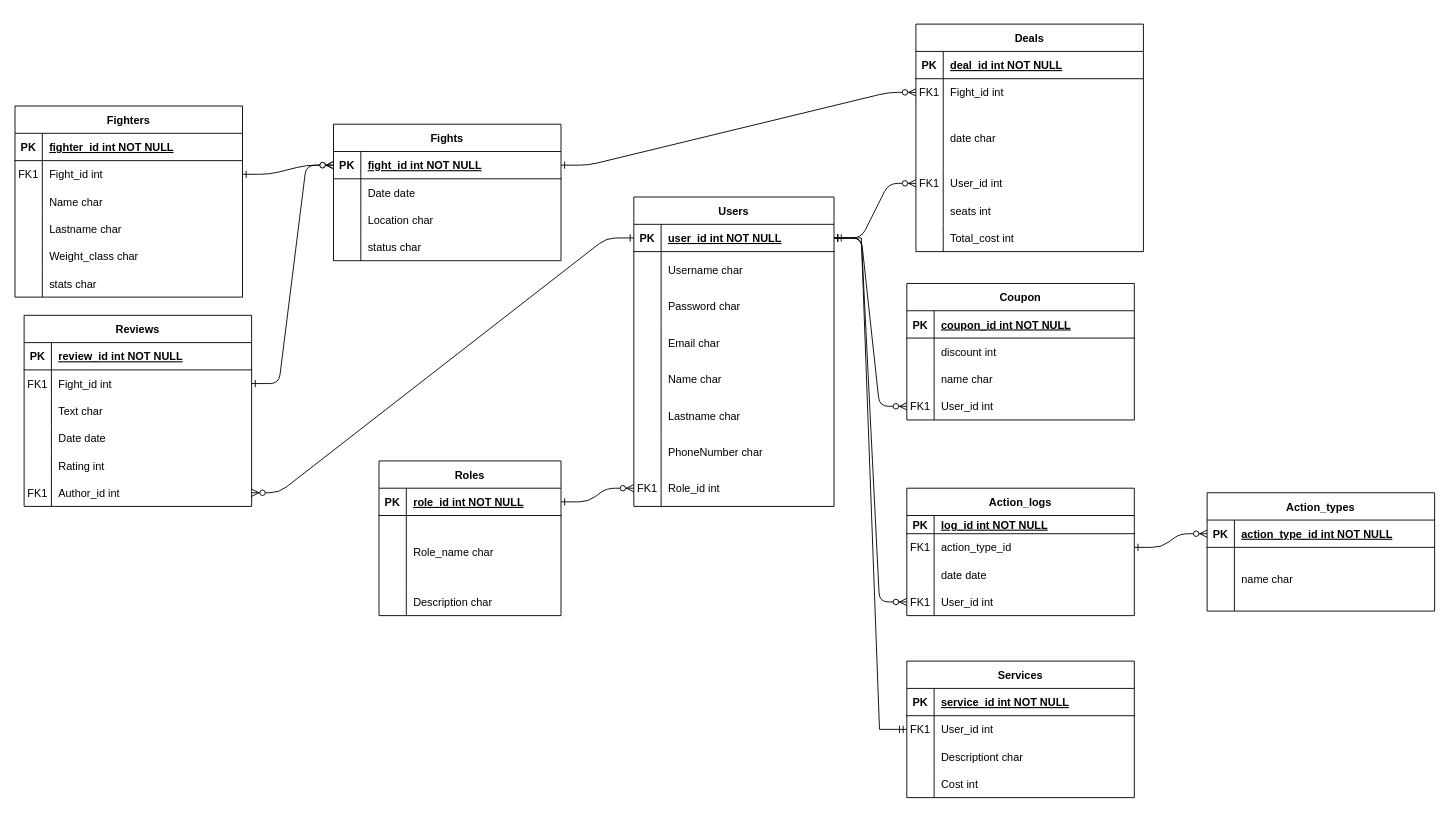
Earlier version of the draw.io diagram Lab1.drawio (denbelyan/MDISUBD_Fight_club). Source tidied: cells renumbered, new cells numbered last; positions are measured from the earlier drawing's top-left corner, leaving out a move shared by most shapes. Both pictures are drawn from the tidied source at 91%, with x=0, y=0 at pixel (15, 24).
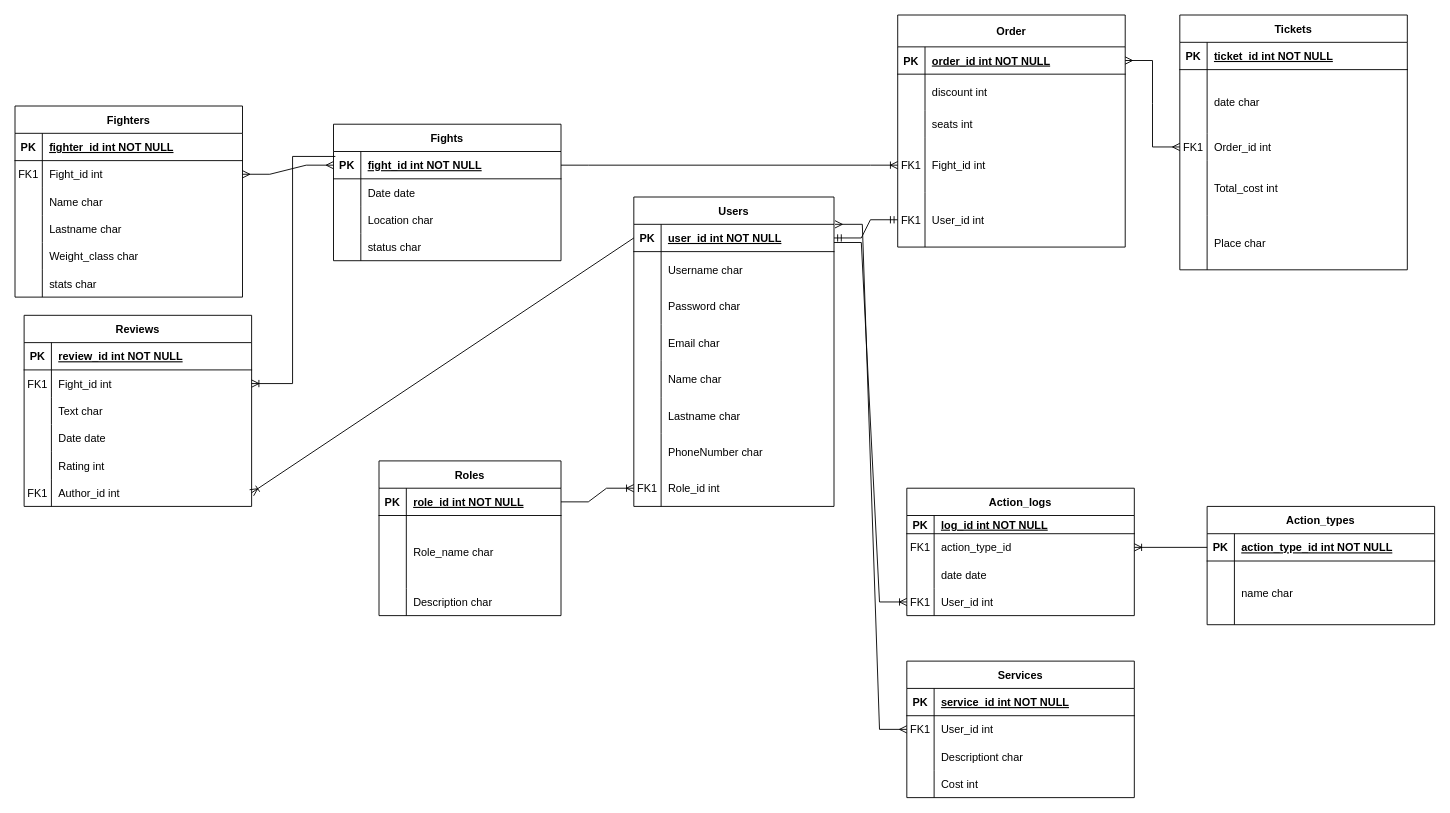
The same page after the edit.

Unchanged cells that the change refers to:
```xml
<mxCell id="5" style="shape=partialRectangle;fillColor=none;top=0;left=0;right=0;bottom=1;" parent="4" vertex="1">
  <mxGeometry y="30" width="250" height="30" as="geometry" />
</mxCell>
<mxCell id="24" style="shape=partialRectangle;fillColor=none;points=[[0,0.5],[1,0.5]];portConstraint=eastwest;top=0;left=0;right=0;bottom=1;" parent="23" vertex="1">
  <mxGeometry y="30" width="250" height="30" as="geometry" />
</mxCell>
<mxCell id="31" style="shape=partialRectangle;fillColor=none;points=[[0,0.5],[1,0.5]];portConstraint=eastwest;top=0;left=0;right=0;bottom=1;" parent="30" vertex="1">
  <mxGeometry y="30" width="220" height="30" as="geometry" />
</mxCell>
<mxCell id="52" style="shape=partialRectangle;fillColor=none;points=[[0,0.5],[1,0.5]];portConstraint=eastwest;top=0;left=0;right=0;bottom=0;" parent="30" vertex="1">
  <mxGeometry y="300" width="220" height="40" as="geometry" />
</mxCell>
<mxCell id="56" style="shape=partialRectangle;fillColor=none;points=[[0,0.5],[1,0.5]];portConstraint=eastwest;top=0;left=0;right=0;bottom=1;" parent="55" vertex="1">
  <mxGeometry y="30" width="200" height="30" as="geometry" />
</mxCell>
<mxCell id="67" style="shape=partialRectangle;fillColor=none;points=[[0,0.5],[1,0.5]];portConstraint=eastwest;top=0;left=0;right=0;bottom=1;" parent="66" vertex="1">
  <mxGeometry y="30" width="250" height="30" as="geometry" />
</mxCell>
<mxCell id="83" style="shape=partialRectangle;fillColor=none;points=[[0,0.5],[1,0.5]];portConstraint=eastwest;top=0;left=0;right=0;bottom=0;" parent="79" vertex="1">
  <mxGeometry y="60" width="250" height="30" as="geometry" />
</mxCell>
<mxCell id="103" style="shape=partialRectangle;fillColor=none;points=[[0,0.5],[1,0.5]];portConstraint=eastwest;top=0;left=0;right=0;bottom=0;" parent="99" vertex="1">
  <mxGeometry y="60" width="250" height="30" as="geometry" />
</mxCell>
<mxCell id="115" style="shape=partialRectangle;fillColor=none;points=[[0,0.5],[1,0.5]];portConstraint=eastwest;top=0;left=0;right=0;bottom=0;" parent="99" vertex="1">
  <mxGeometry y="180" width="250" height="30" as="geometry" />
</mxCell>
<mxCell id="138" style="shape=partialRectangle;fillColor=none;points=[[0,0.5],[1,0.5]];portConstraint=eastwest;top=0;left=0;right=0;bottom=0;" parent="134" vertex="1">
  <mxGeometry y="50" width="250" height="30" as="geometry" />
</mxCell>
<mxCell id="144" style="shape=partialRectangle;fillColor=none;points=[[0,0.5],[1,0.5]];portConstraint=eastwest;top=0;left=0;right=0;bottom=0;" parent="134" vertex="1">
  <mxGeometry y="110" width="250" height="30" as="geometry" />
</mxCell>
<mxCell id="149" value="Services" style="shape=table;startSize=30;childLayout=tableLayout;rowLines=0;fontStyle=1;align=center;" parent="1" vertex="1">
  <mxGeometry x="980" y="700" width="250" height="150" as="geometry" />
</mxCell>
```

What changed in the source:
```diff
@@
-    <mxCell id="2" style="edgeStyle=entityRelationEdgeStyle;endArrow=ERzeroToMany;startArrow=ERone;endFill=1;startFill=0;entryX=0;entryY=0.5;entryDx=0;entryDy=0;" parent="1" edge="1" source="31" target="14">
-      <mxGeometry relative="1" as="geometry" />
-    </mxCell>
-    <mxCell id="3" style="edgeStyle=entityRelationEdgeStyle;endArrow=ERzeroToMany;startArrow=ERone;endFill=1;startFill=0;exitX=1;exitY=0.5;exitDx=0;exitDy=0;entryX=0;entryY=0.5;entryDx=0;entryDy=0;" parent="1" edge="1" source="138" target="24">
-      <mxGeometry relative="1" as="geometry">
-        <Array as="points">
-          <mxPoint x="1440" y="405" />
-          <mxPoint x="1440" y="505" />
-        </Array>
-      </mxGeometry>
-    </mxCell>
-    <mxCell id="4" value="Deals" style="shape=table;startSize=30;childLayout=tableLayout;rowLines=0;fontStyle=1;align=center;" parent="1" vertex="1">
-      <mxGeometry x="990" width="250" height="250" as="geometry" />
+    <mxCell id="4" value="Tickets" style="shape=table;startSize=30;childLayout=tableLayout;rowLines=0;fontStyle=1;align=center;" parent="1" vertex="1">
+      <mxGeometry x="1280" y="-10" width="250" height="280" as="geometry" />
     </mxCell>
@@
-    <mxCell id="7" value="deal_id int NOT NULL " style="shape=partialRectangle;overflow=hidden;fillColor=none;top=0;left=0;bottom=0;right=0;align=left;spacingLeft=6;fontStyle=5;" parent="5" vertex="1">
+    <mxCell id="7" value="ticket_id int NOT NULL " style="shape=partialRectangle;overflow=hidden;fillColor=none;top=0;left=0;bottom=0;right=0;align=left;spacingLeft=6;fontStyle=5;" parent="5" vertex="1">
       <mxGeometry x="30" width="220" height="30" as="geometry" />
     </mxCell>
-    <mxCell id="8" style="shape=partialRectangle;fillColor=none;points=[[0,0.5],[1,0.5]];portConstraint=eastwest;top=0;left=0;right=0;bottom=0;" parent="4" vertex="1">
-      <mxGeometry y="60" width="250" height="30" as="geometry" />
-    </mxCell>
-    <mxCell id="9" value="FK1" style="shape=partialRectangle;overflow=hidden;fillColor=none;top=0;left=0;bottom=0;right=0;" parent="8" vertex="1">
-      <mxGeometry width="30" height="30" as="geometry" />
-    </mxCell>
-    <mxCell id="10" value="Fight_id int" style="shape=partialRectangle;overflow=hidden;fillColor=none;top=0;left=0;bottom=0;right=0;align=left;spacingLeft=6;" parent="8" vertex="1">
-      <mxGeometry x="30" width="220" height="30" as="geometry" />
-    </mxCell>
     <mxCell id="11" style="shape=partialRectangle;fillColor=none;top=0;left=0;right=0;bottom=0;" parent="4" vertex="1">
-      <mxGeometry y="90" width="250" height="70" as="geometry" />
+      <mxGeometry y="60" width="250" height="70" as="geometry" />
     </mxCell>
@@
     <mxCell id="14" style="shape=partialRectangle;fillColor=none;points=[[0,0.5],[1,0.5]];portConstraint=eastwest;top=0;left=0;right=0;bottom=0;" parent="4" vertex="1">
-      <mxGeometry y="160" width="250" height="30" as="geometry" />
+      <mxGeometry y="130" width="250" height="30" as="geometry" />
     </mxCell>
@@
-    <mxCell id="16" value="User_id int" style="shape=partialRectangle;overflow=hidden;fillColor=none;top=0;left=0;bottom=0;right=0;align=left;spacingLeft=6;" parent="14" vertex="1">
+    <mxCell id="16" value="Order_id int" style="shape=partialRectangle;overflow=hidden;fillColor=none;top=0;left=0;bottom=0;right=0;align=left;spacingLeft=6;" parent="14" vertex="1">
       <mxGeometry x="30" width="220" height="30" as="geometry" />
     </mxCell>
-    <mxCell id="17" style="shape=partialRectangle;fillColor=none;top=0;left=0;right=0;bottom=0;" parent="4" vertex="1">
-      <mxGeometry y="190" width="250" height="30" as="geometry" />
-    </mxCell>
-    <mxCell id="18" style="shape=partialRectangle;overflow=hidden;fillColor=none;top=0;left=0;bottom=0;right=0;" parent="17" vertex="1">
-      <mxGeometry width="30" height="30" as="geometry" />
-    </mxCell>
-    <mxCell id="19" value="seats int" style="shape=partialRectangle;overflow=hidden;fillColor=none;top=0;left=0;bottom=0;right=0;align=left;spacingLeft=6;" parent="17" vertex="1">
-      <mxGeometry x="30" width="220" height="30" as="geometry" />
-    </mxCell>
     <mxCell id="20" style="shape=partialRectangle;fillColor=none;top=0;left=0;right=0;bottom=0;" parent="4" vertex="1">
-      <mxGeometry y="220" width="250" height="30" as="geometry" />
+      <mxGeometry y="160" width="250" height="60" as="geometry" />
     </mxCell>
     <mxCell id="21" style="shape=partialRectangle;overflow=hidden;fillColor=none;top=0;left=0;bottom=0;right=0;" parent="20" vertex="1">
-      <mxGeometry width="30" height="30" as="geometry" />
+      <mxGeometry width="30" height="60" as="geometry" />
     </mxCell>
     <mxCell id="22" value="Total_cost int" style="shape=partialRectangle;overflow=hidden;fillColor=none;top=0;left=0;bottom=0;right=0;align=left;spacingLeft=6;" parent="20" vertex="1">
-      <mxGeometry x="30" width="220" height="30" as="geometry" />
+      <mxGeometry x="30" width="220" height="60" as="geometry" />
     </mxCell>
+    <mxCell id="163" style="shape=partialRectangle;fillColor=none;top=0;left=0;right=0;bottom=0;" parent="4" vertex="1">
+      <mxGeometry y="220" width="250" height="60" as="geometry" />
+    </mxCell>
+    <mxCell id="164" style="shape=partialRectangle;overflow=hidden;fillColor=none;top=0;left=0;bottom=0;right=0;" parent="163" vertex="1">
+      <mxGeometry width="30" height="60" as="geometry" />
+    </mxCell>
+    <mxCell id="165" value="Place char" style="shape=partialRectangle;overflow=hidden;fillColor=none;top=0;left=0;bottom=0;right=0;align=left;spacingLeft=6;" parent="163" vertex="1">
+      <mxGeometry x="30" width="220" height="60" as="geometry" />
+    </mxCell>
     <mxCell id="23" value="Action_types" style="shape=table;startSize=30;childLayout=tableLayout;rowLines=0;fontStyle=1;align=center;" parent="1" vertex="1">
-      <mxGeometry x="1310" y="515" width="250" height="130" as="geometry" />
+      <mxGeometry x="1310" y="530" width="250" height="130" as="geometry" />
     </mxCell>
@@
-    <mxCell id="65" style="edgeStyle=entityRelationEdgeStyle;endArrow=ERzeroToMany;startArrow=ERone;endFill=1;startFill=0;exitX=1;exitY=0.5;exitDx=0;exitDy=0;entryX=0;entryY=0.5;entryDx=0;entryDy=0;" parent="1" edge="1" source="56" target="52">
-      <mxGeometry relative="1" as="geometry" />
-    </mxCell>
@@
-    <mxCell id="98" style="edgeStyle=entityRelationEdgeStyle;endArrow=ERzeroToMany;startArrow=ERone;endFill=1;startFill=0;exitX=1;exitY=0.5;exitDx=0;exitDy=0;entryX=0;entryY=0.5;entryDx=0;entryDy=0;" parent="1" edge="1" source="83" target="67">
-      <mxGeometry relative="1" as="geometry" />
-    </mxCell>
@@
-    <mxCell id="118" style="edgeStyle=entityRelationEdgeStyle;endArrow=ERzeroToMany;startArrow=ERone;endFill=1;startFill=0;exitX=1;exitY=0.5;exitDx=0;exitDy=0;entryX=0;entryY=0.5;entryDx=0;entryDy=0;" parent="1" edge="1" source="103" target="67">
-      <mxGeometry relative="1" as="geometry" />
-    </mxCell>
-    <mxCell id="119" style="edgeStyle=entityRelationEdgeStyle;endArrow=ERzeroToMany;startArrow=ERone;endFill=1;startFill=0;exitX=0;exitY=0.5;exitDx=0;exitDy=0;entryX=1;entryY=0.5;entryDx=0;entryDy=0;" parent="1" edge="1" source="31" target="115">
-      <mxGeometry relative="1" as="geometry" />
-    </mxCell>
-    <mxCell id="120" style="edgeStyle=entityRelationEdgeStyle;endArrow=ERzeroToMany;startArrow=ERone;endFill=1;startFill=0;entryX=0;entryY=0.5;entryDx=0;entryDy=0;exitX=1;exitY=0.5;exitDx=0;exitDy=0;" parent="1" edge="1" source="67" target="8">
-      <mxGeometry relative="1" as="geometry">
-        <Array as="points">
-          <mxPoint x="820" y="60" />
-          <mxPoint x="880" y="110" />
-          <mxPoint x="850" y="100" />
-        </Array>
-      </mxGeometry>
-    </mxCell>
-    <mxCell id="121" value="Coupon" style="shape=table;startSize=30;childLayout=tableLayout;rowLines=0;fontStyle=1;align=center;" parent="1" vertex="1">
-      <mxGeometry x="980" y="285" width="250" height="150" as="geometry" />
+    <mxCell id="121" value="Order" style="shape=table;startSize=35;childLayout=tableLayout;rowLines=0;fontStyle=1;align=center;" parent="1" vertex="1">
+      <mxGeometry x="970" y="-10" width="250" height="255" as="geometry" />
     </mxCell>
     <mxCell id="122" style="shape=partialRectangle;fillColor=none;points=[[0,0.5],[1,0.5]];portConstraint=eastwest;top=0;left=0;right=0;bottom=1;" parent="121" vertex="1">
-      <mxGeometry y="30" width="250" height="30" as="geometry" />
+      <mxGeometry y="35" width="250" height="30" as="geometry" />
     </mxCell>
@@
-    <mxCell id="124" value="coupon_id int NOT NULL " style="shape=partialRectangle;overflow=hidden;fillColor=none;top=0;left=0;bottom=0;right=0;align=left;spacingLeft=6;fontStyle=5;" parent="122" vertex="1">
+    <mxCell id="124" value="order_id int NOT NULL " style="shape=partialRectangle;overflow=hidden;fillColor=none;top=0;left=0;bottom=0;right=0;align=left;spacingLeft=6;fontStyle=5;" parent="122" vertex="1">
       <mxGeometry x="30" width="220" height="30" as="geometry" />
     </mxCell>
     <mxCell id="125" style="shape=partialRectangle;fillColor=none;top=0;left=0;right=0;bottom=0;" parent="121" vertex="1">
-      <mxGeometry y="60" width="250" height="30" as="geometry" />
+      <mxGeometry y="65" width="250" height="40" as="geometry" />
     </mxCell>
     <mxCell id="126" style="shape=partialRectangle;overflow=hidden;fillColor=none;top=0;left=0;bottom=0;right=0;" parent="125" vertex="1">
-      <mxGeometry width="30" height="30" as="geometry" />
+      <mxGeometry width="30" height="40" as="geometry" />
     </mxCell>
     <mxCell id="127" value="discount int" style="shape=partialRectangle;overflow=hidden;fillColor=none;top=0;left=0;bottom=0;right=0;align=left;spacingLeft=6;" parent="125" vertex="1">
-      <mxGeometry x="30" width="220" height="30" as="geometry" />
+      <mxGeometry x="30" width="220" height="40" as="geometry" />
     </mxCell>
     <mxCell id="128" style="shape=partialRectangle;fillColor=none;top=0;left=0;right=0;bottom=0;" parent="121" vertex="1">
-      <mxGeometry y="90" width="250" height="30" as="geometry" />
+      <mxGeometry y="105" width="250" height="30" as="geometry" />
     </mxCell>
@@
-    <mxCell id="130" value="name char" style="shape=partialRectangle;overflow=hidden;fillColor=none;top=0;left=0;bottom=0;right=0;align=left;spacingLeft=6;" parent="128" vertex="1">
+    <mxCell id="130" value="seats int" style="shape=partialRectangle;overflow=hidden;fillColor=none;top=0;left=0;bottom=0;right=0;align=left;spacingLeft=6;" parent="128" vertex="1">
       <mxGeometry x="30" width="220" height="30" as="geometry" />
     </mxCell>
     <mxCell id="131" style="shape=partialRectangle;fillColor=none;points=[[0,0.5],[1,0.5]];portConstraint=eastwest;top=0;left=0;right=0;bottom=0;" parent="121" vertex="1">
-      <mxGeometry y="120" width="250" height="30" as="geometry" />
+      <mxGeometry y="135" width="250" height="60" as="geometry" />
     </mxCell>
     <mxCell id="132" value="FK1" style="shape=partialRectangle;overflow=hidden;fillColor=none;top=0;left=0;bottom=0;right=0;" parent="131" vertex="1">
-      <mxGeometry width="30" height="30" as="geometry" />
+      <mxGeometry width="30" height="60" as="geometry" />
     </mxCell>
-    <mxCell id="133" value="User_id int" style="shape=partialRectangle;overflow=hidden;fillColor=none;top=0;left=0;bottom=0;right=0;align=left;spacingLeft=6;" parent="131" vertex="1">
-      <mxGeometry x="30" width="220" height="30" as="geometry" />
+    <mxCell id="133" value="Fight_id int" style="shape=partialRectangle;overflow=hidden;fillColor=none;top=0;left=0;bottom=0;right=0;align=left;spacingLeft=6;" parent="131" vertex="1">
+      <mxGeometry x="30" width="220" height="60" as="geometry" />
     </mxCell>
+    <mxCell id="166" style="shape=partialRectangle;fillColor=none;points=[[0,0.5],[1,0.5]];portConstraint=eastwest;top=0;left=0;right=0;bottom=0;" parent="121" vertex="1">
+      <mxGeometry y="195" width="250" height="60" as="geometry" />
+    </mxCell>
+    <mxCell id="167" value="FK1" style="shape=partialRectangle;overflow=hidden;fillColor=none;top=0;left=0;bottom=0;right=0;" parent="166" vertex="1">
+      <mxGeometry width="30" height="60" as="geometry" />
+    </mxCell>
+    <mxCell id="168" value="User_id int" style="shape=partialRectangle;overflow=hidden;fillColor=none;top=0;left=0;bottom=0;right=0;align=left;spacingLeft=6;" parent="166" vertex="1">
+      <mxGeometry x="30" width="220" height="60" as="geometry" />
+    </mxCell>
@@
-    <mxCell id="147" style="edgeStyle=entityRelationEdgeStyle;endArrow=ERzeroToMany;startArrow=ERone;endFill=1;startFill=0;entryX=0;entryY=0.5;entryDx=0;entryDy=0;exitX=1;exitY=0.5;exitDx=0;exitDy=0;" parent="1" edge="1" source="31" target="131">
-      <mxGeometry relative="1" as="geometry" />
-    </mxCell>
-    <mxCell id="148" style="edgeStyle=entityRelationEdgeStyle;endArrow=ERzeroToMany;startArrow=ERone;endFill=1;startFill=0;entryX=0;entryY=0.5;entryDx=0;entryDy=0;exitX=1;exitY=0.5;exitDx=0;exitDy=0;" parent="1" edge="1" source="31" target="144">
-      <mxGeometry relative="1" as="geometry">
-        <Array as="points">
-          <mxPoint x="980" y="640" />
-        </Array>
-      </mxGeometry>
-    </mxCell>
@@
-    <mxCell id="153" style="shape=partialRectangle;fillColor=none;points=[[0,0.5],[1,0.5]];portConstraint=eastwest;top=0;left=0;right=0;bottom=0;" parent="149" vertex="1">
-      <mxGeometry y="60" width="250" height="30" as="geometry" />
-    </mxCell>
-    <mxCell id="154" value="FK1" style="shape=partialRectangle;overflow=hidden;fillColor=none;top=0;left=0;bottom=0;right=0;" parent="153" vertex="1">
-      <mxGeometry width="30" height="30" as="geometry" />
-    </mxCell>
+    <mxCell id="169" style="shape=partialRectangle;fillColor=none;points=[[0,0.5],[1,0.5]];portConstraint=eastwest;top=0;left=0;right=0;bottom=0;" parent="149" vertex="1">
+      <mxGeometry y="60" width="250" height="30" as="geometry" />
+    </mxCell>
+    <mxCell id="170" value="FK1" style="shape=partialRectangle;overflow=hidden;fillColor=none;top=0;left=0;bottom=0;right=0;" parent="169" vertex="1">
+      <mxGeometry width="30" height="30" as="geometry" />
+    </mxCell>
-    <mxCell id="155" value="User_id int" style="shape=partialRectangle;overflow=hidden;fillColor=none;top=0;left=0;bottom=0;right=0;align=left;spacingLeft=6;" parent="153" vertex="1">
+    <mxCell id="155" value="User_id int" style="shape=partialRectangle;overflow=hidden;fillColor=none;top=0;left=0;bottom=0;right=0;align=left;spacingLeft=6;" parent="169" vertex="1">
       <mxGeometry x="30" width="220" height="30" as="geometry" />
     </mxCell>
@@
-    <mxCell id="162" style="edgeStyle=entityRelationEdgeStyle;fontSize=12;html=1;endArrow=ERmandOne;startArrow=ERmandOne;rounded=0;entryX=0;entryY=0.5;entryDx=0;entryDy=0;exitX=1;exitY=0.5;exitDx=0;exitDy=0;" parent="1" edge="1" source="31" target="153">
-      <mxGeometry relative="1" as="geometry">
-        <Array as="points">
-          <mxPoint x="980" y="160" />
-        </Array>
-      </mxGeometry>
-    </mxCell>
+    <mxCell id="171" style="fontSize=12;html=1;endArrow=ERoneToMany;rounded=0;exitX=0.008;exitY=0.181;exitDx=0;exitDy=0;entryX=1;entryY=0.5;entryDx=0;entryDy=0;edgeStyle=orthogonalEdgeStyle;exitPerimeter=0;" parent="1" edge="1" source="67" target="103">
+      <mxGeometry relative="1" as="geometry">
+        <Array as="points">
+          <mxPoint x="305" y="145" />
+          <mxPoint x="305" y="395" />
+        </Array>
+      </mxGeometry>
+    </mxCell>
+    <mxCell id="172" style="edgeStyle=entityRelationEdgeStyle;fontSize=12;html=1;endArrow=ERoneToMany;rounded=0;exitX=1;exitY=0.5;exitDx=0;exitDy=0;entryX=0;entryY=0.5;entryDx=0;entryDy=0;" parent="1" edge="1" source="67" target="131">
+      <mxGeometry relative="1" as="geometry" />
+    </mxCell>
+    <mxCell id="173" style="fontSize=12;html=1;endArrow=ERoneToMany;rounded=0;exitX=0;exitY=0.5;exitDx=0;exitDy=0;entryX=1;entryY=0.5;entryDx=0;entryDy=0;" parent="1" edge="1" source="24" target="138">
+      <mxGeometry relative="1" as="geometry" />
+    </mxCell>
+    <mxCell id="174" style="edgeStyle=entityRelationEdgeStyle;fontSize=12;html=1;endArrow=ERoneToMany;rounded=0;entryX=0;entryY=0.5;entryDx=0;entryDy=0;" parent="1" edge="1" target="144">
+      <mxGeometry relative="1" as="geometry">
+        <mxPoint x="900" y="240" as="sourcePoint" />
+      </mxGeometry>
+    </mxCell>
+    <mxCell id="175" style="edgeStyle=entityRelationEdgeStyle;fontSize=12;html=1;endArrow=ERmandOne;startArrow=ERmandOne;rounded=0;exitX=1;exitY=0.5;exitDx=0;exitDy=0;entryX=0;entryY=0.5;entryDx=0;entryDy=0;" parent="1" edge="1" source="31" target="166">
+      <mxGeometry relative="1" as="geometry" />
+    </mxCell>
+    <mxCell id="65" style="edgeStyle=entityRelationEdgeStyle;fontSize=12;html=1;endArrow=ERoneToMany;rounded=0;exitX=1;exitY=0.5;exitDx=0;exitDy=0;entryX=0;entryY=0.5;entryDx=0;entryDy=0;" parent="1" edge="1" source="56" target="52">
+      <mxGeometry relative="1" as="geometry" />
+    </mxCell>
+    <mxCell id="119" style="fontSize=12;html=1;endArrow=ERoneToMany;rounded=0;exitX=0;exitY=0.5;exitDx=0;exitDy=0;entryX=1;entryY=0.5;entryDx=0;entryDy=0;" parent="1" edge="1" source="31" target="115">
+      <mxGeometry relative="1" as="geometry" />
+    </mxCell>
+    <mxCell id="98" style="edgeStyle=entityRelationEdgeStyle;fontSize=12;html=1;endArrow=ERmany;startArrow=ERmany;rounded=0;exitX=1;exitY=0.5;exitDx=0;exitDy=0;entryX=0;entryY=0.5;entryDx=0;entryDy=0;" parent="1" edge="1" source="83" target="67">
+      <mxGeometry relative="1" as="geometry" />
+    </mxCell>
+    <mxCell id="176" style="edgeStyle=entityRelationEdgeStyle;fontSize=12;html=1;endArrow=ERmany;startArrow=ERmany;rounded=0;entryX=0;entryY=0.5;entryDx=0;entryDy=0;exitX=1.005;exitY=0;exitDx=0;exitDy=0;exitPerimeter=0;" parent="1" edge="1" source="31" target="169">
+      <mxGeometry relative="1" as="geometry" />
+    </mxCell>
+    <mxCell id="177" style="edgeStyle=entityRelationEdgeStyle;fontSize=12;html=1;endArrow=ERmany;startArrow=ERmany;rounded=0;entryX=0;entryY=0.5;entryDx=0;entryDy=0;exitX=1;exitY=0.5;exitDx=0;exitDy=0;" parent="1" edge="1" source="122" target="14">
+      <mxGeometry relative="1" as="geometry" />
+    </mxCell>
```
